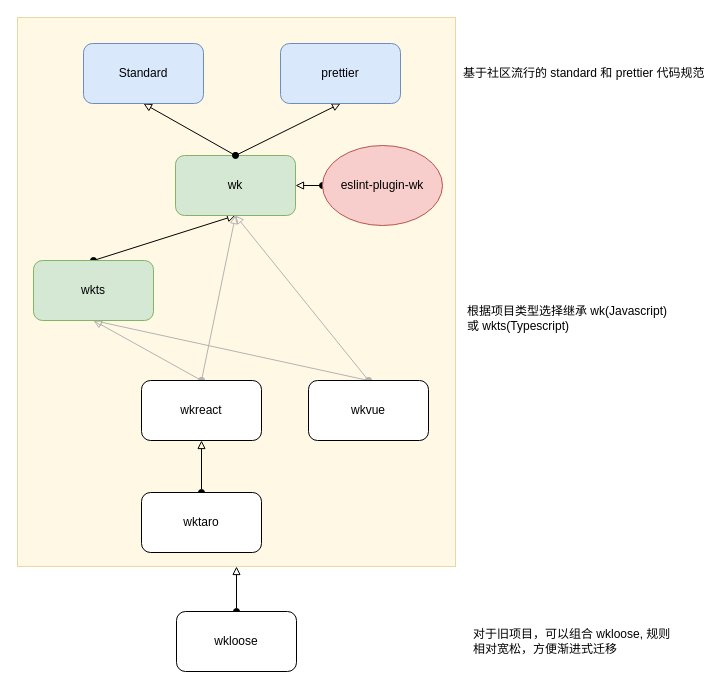
Before: page "继承结构" (1 of 6) of wk.drawio in carney520/notepad, a draw.io diagram. Source tidied: cells renumbered, new cells numbered last; positions are measured from the earlier drawing's top-left corner, leaving out a move shared by most shapes. Both pictures are drawn from the tidied source at 100%, with x=0, y=0 at pixel (17, 17).
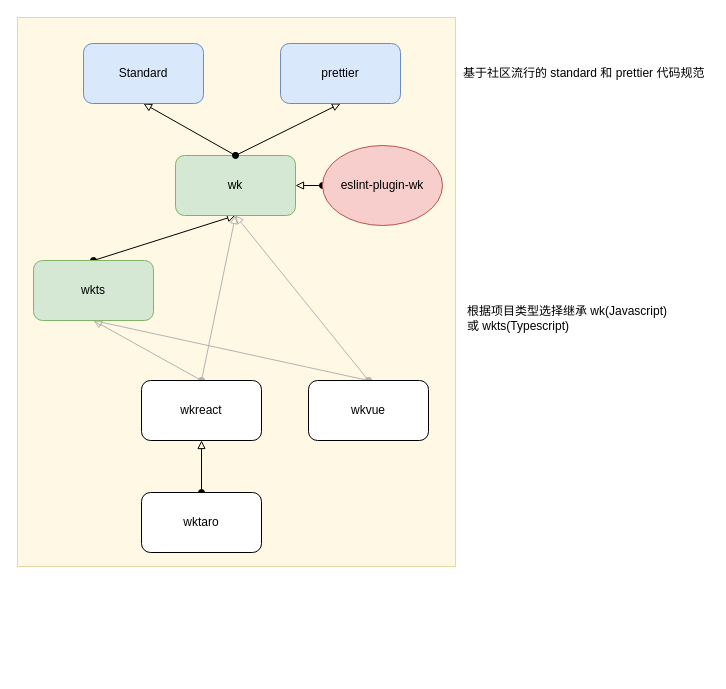
The same diagram, later.

The change refers to these unchanged cells:
```xml
<mxCell id="3" style="rounded=0;whiteSpace=wrap;html=1;fillColor=#fff2cc;opacity=50;align=left;strokeColor=#d6b656;" parent="1" vertex="1">
  <mxGeometry width="438" height="549" as="geometry" />
</mxCell>
```

The edit, as a diff of the source:
```diff
@@
-    <mxCell id="2" style="edgeStyle=none;rounded=0;jettySize=auto;html=1;exitX=0.5;exitY=1;exitDx=0;exitDy=0;startArrow=block;startFill=0;endArrow=oval;endFill=1;strokeColor=#000000;" parent="1" edge="1" source="3" target="23">
-      <mxGeometry relative="1" as="geometry" />
-    </mxCell>
@@
-    <mxCell id="23" value="wkloose" style="rounded=1;whiteSpace=wrap;html=1;" parent="1" vertex="1">
-      <mxGeometry x="159" y="594" width="120" height="60" as="geometry" />
-    </mxCell>
-    <mxCell id="24" value="对于旧项目，可以组合 wkloose, 规则相对宽松，方便渐进式迁移" style="text;html=1;strokeColor=none;align=left;verticalAlign=middle;whiteSpace=wrap;rounded=0;fillColor=#ffffff;opacity=50;" parent="1" vertex="1">
-      <mxGeometry x="454" y="614" width="208" height="20" as="geometry" />
-    </mxCell>
```
